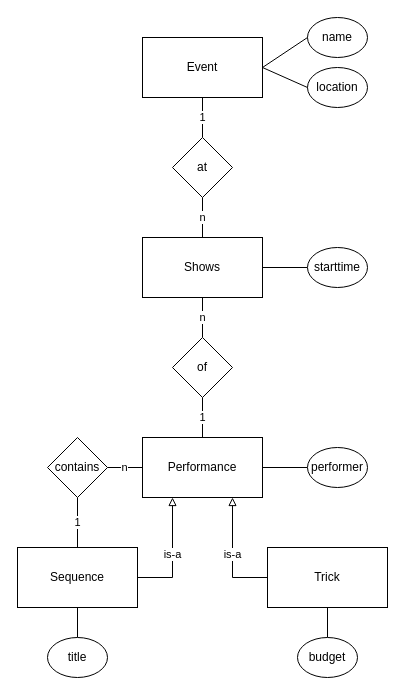
Above: wp1_design/erd.drawio in eglisi1/project-x (draw.io), before the change. Source tidied: cells renumbered, new cells numbered last; positions are measured from the earlier drawing's top-left corner, leaving out a move shared by most shapes. Both pictures are drawn from the tidied source at 100%, with x=0, y=0 at pixel (17, 17).
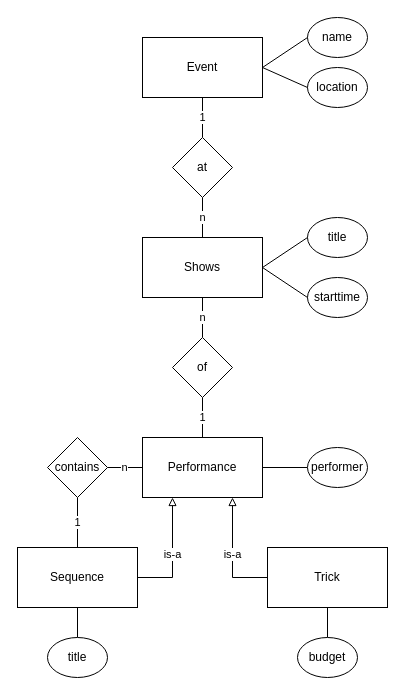
The same diagram, later.

The change refers to these unchanged cells:
```xml
<mxCell id="9" value="Shows" style="rounded=0;whiteSpace=wrap;html=1;" parent="1" vertex="1">
  <mxGeometry x="125" y="220" width="120" height="60" as="geometry" />
</mxCell>
```

What changed in the source:
```diff
@@
-    <mxCell id="13" style="edgeStyle=orthogonalEdgeStyle;rounded=0;jettySize=auto;html=1;endArrow=none;endFill=0;" parent="1" edge="1" source="14" target="9">
-      <mxGeometry relative="1" as="geometry" />
-    </mxCell>
     <mxCell id="14" value="starttime" style="ellipse;whiteSpace=wrap;html=1;" parent="1" vertex="1">
-      <mxGeometry x="290" y="230" width="60" height="40" as="geometry" />
+      <mxGeometry x="290" y="260" width="60" height="40" as="geometry" />
     </mxCell>
@@
+    <mxCell id="30" value="title" style="ellipse;whiteSpace=wrap;html=1;" parent="1" vertex="1">
+      <mxGeometry x="290" y="200" width="60" height="40" as="geometry" />
+    </mxCell>
+    <mxCell id="31" style="endArrow=none;html=1;rounded=0;entryX=1;entryY=0.5;entryDx=0;entryDy=0;exitX=0;exitY=0.5;exitDx=0;exitDy=0;" parent="1" edge="1" source="30" target="9">
+      <mxGeometry relative="1" as="geometry" />
+    </mxCell>
+    <mxCell id="13" style="endArrow=none;html=1;rounded=0;entryX=1;entryY=0.5;entryDx=0;entryDy=0;exitX=0;exitY=0.5;exitDx=0;exitDy=0;" parent="1" edge="1" source="14" target="9">
+      <mxGeometry relative="1" as="geometry" />
+    </mxCell>
```
